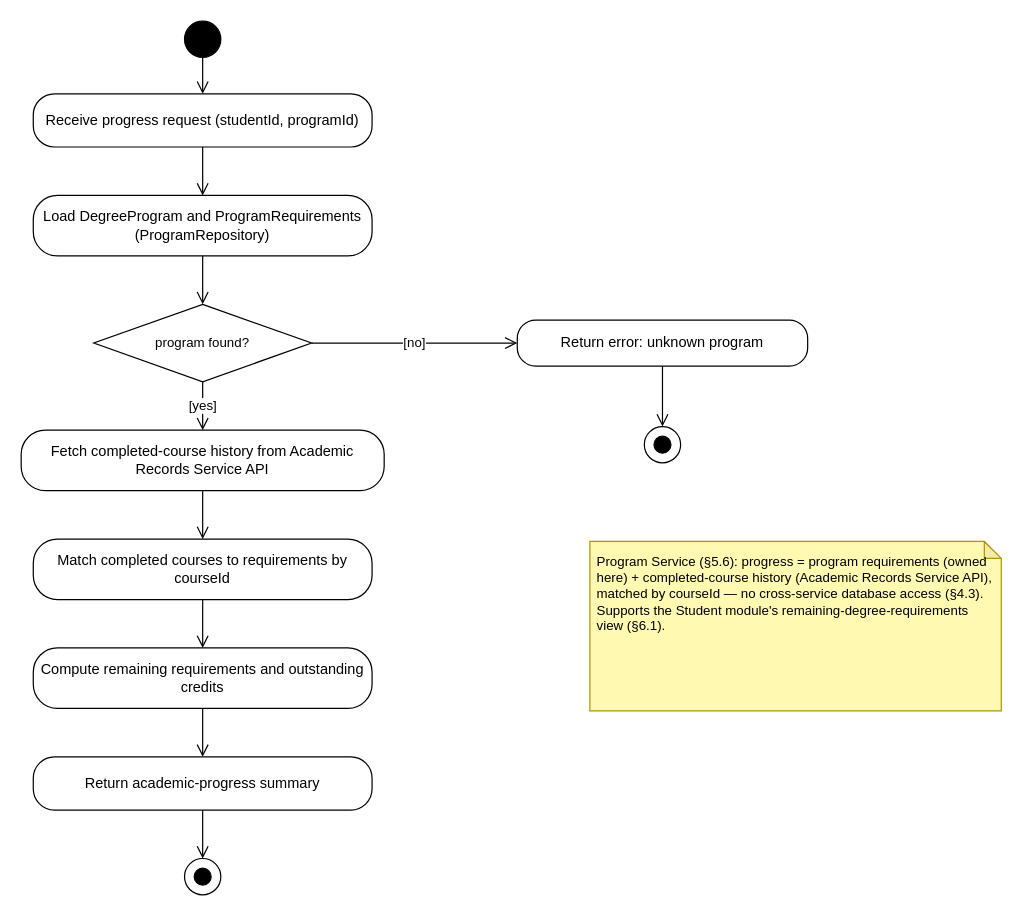
Before: Diagrams/Activity_diagrams/act-6-program.drawio in Tharusha-dev/soft_architect_redda, a draw.io diagram. Source tidied: cells renumbered, new cells numbered last; positions are measured from the earlier drawing's top-left corner, leaving out a move shared by most shapes. Both pictures are drawn from the tidied source at 121%, with x=0, y=0 at pixel (21, 21).
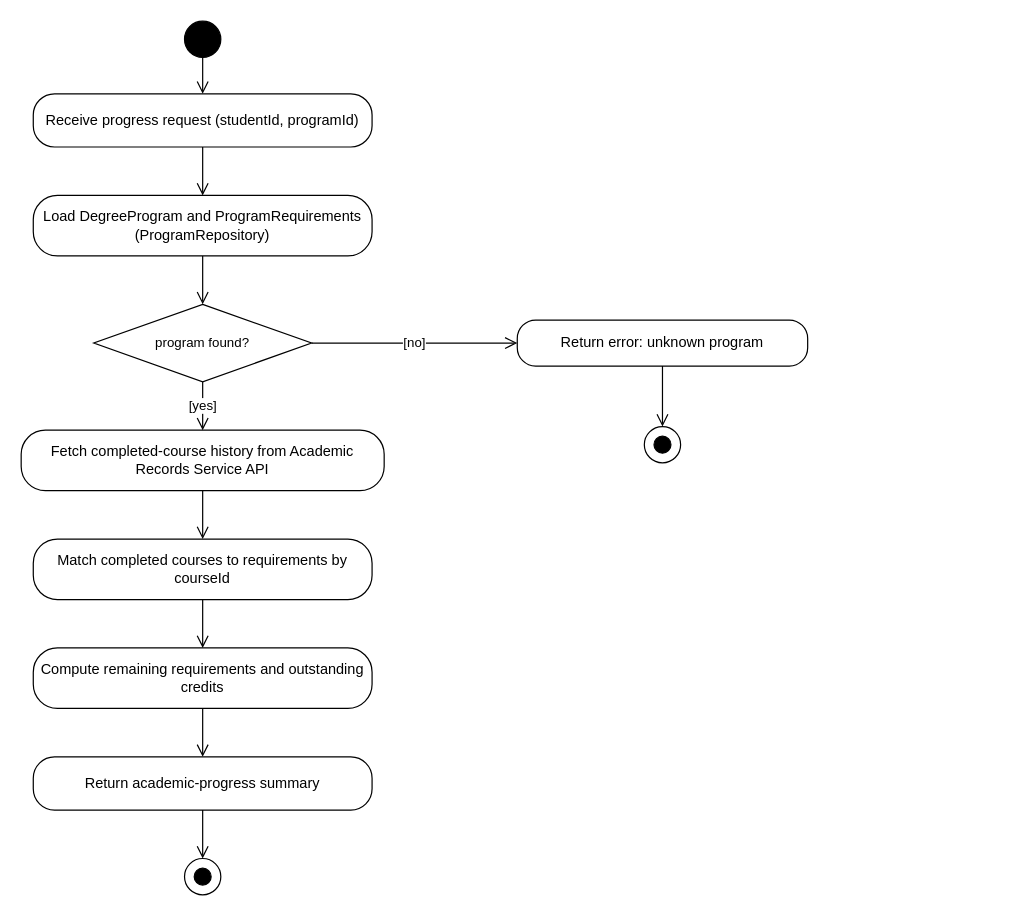
After the change.

What changed in the source:
```diff
@@
-    <mxCell id="15" value="Program Service (§5.6): progress = program requirements (owned here) + completed-course history (Academic Records Service API), matched by courseId — no cross-service database access (§4.3). Supports the Student module's remaining-degree-requirements view (§6.1)." style="shape=note;whiteSpace=wrap;html=1;backgroundOutline=1;darkOpacity=0.05;fillColor=#FFF9B2;strokeColor=#B09500;size=14;align=left;verticalAlign=top;spacing=6;fontSize=11;" parent="1" vertex="1">
-      <mxGeometry x="470" y="430" width="340" height="140" as="geometry" />
-    </mxCell>
```
